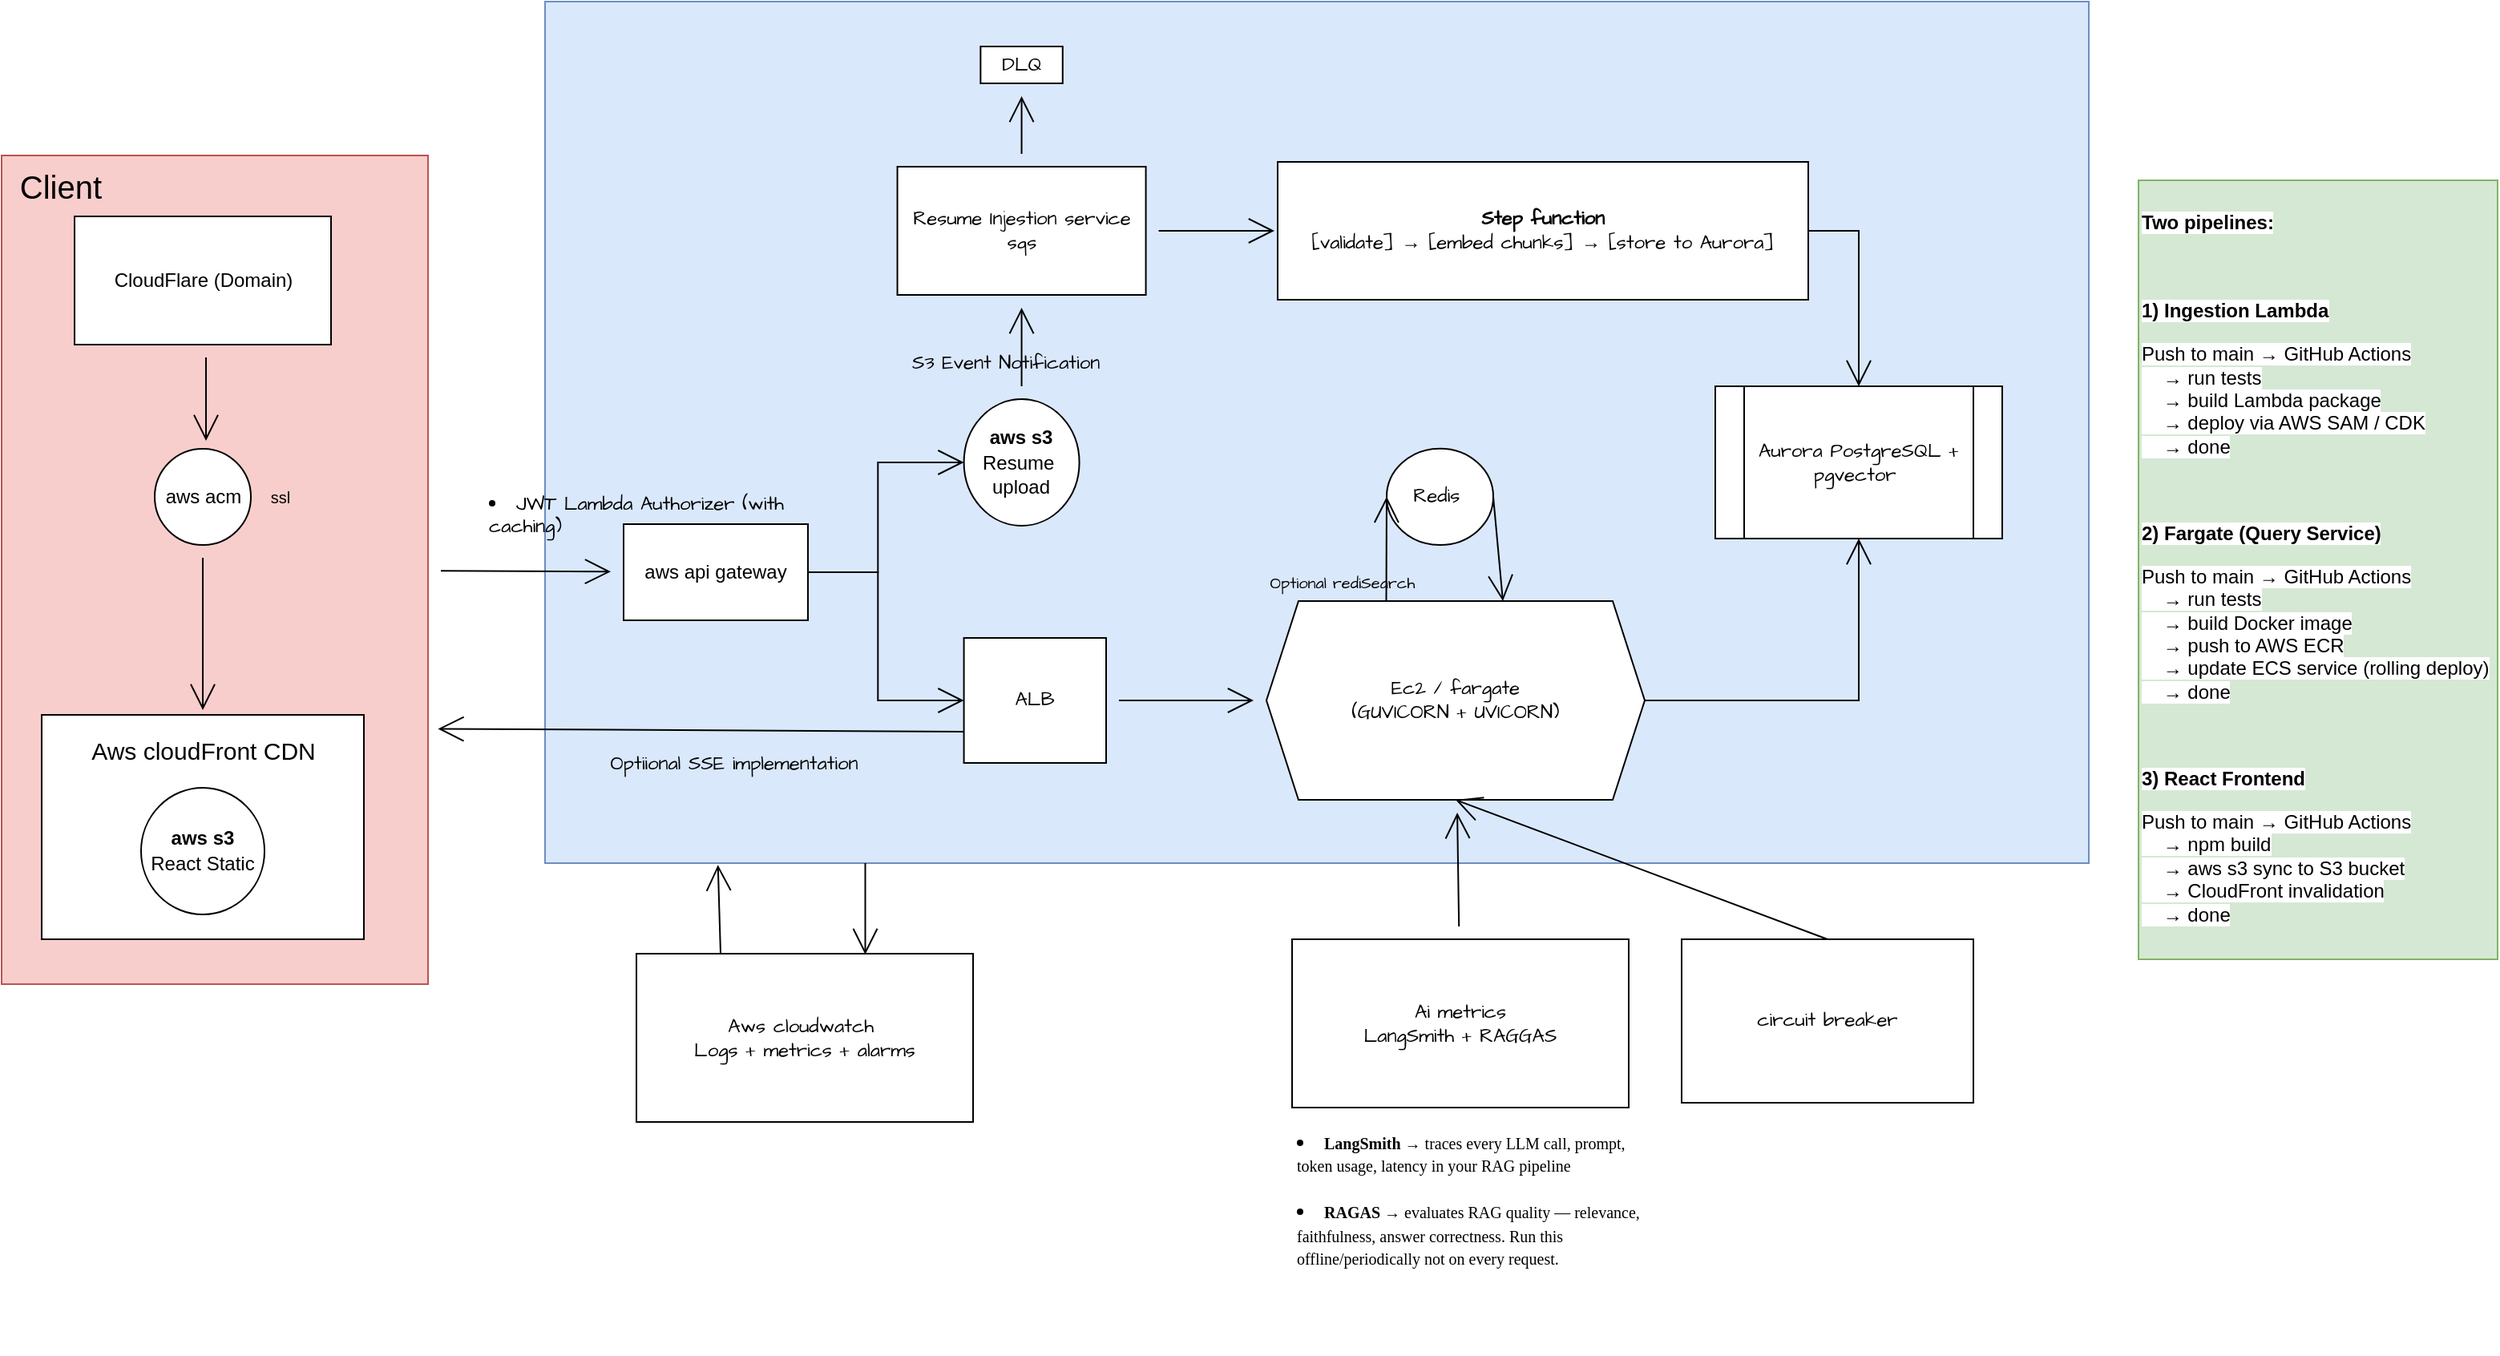
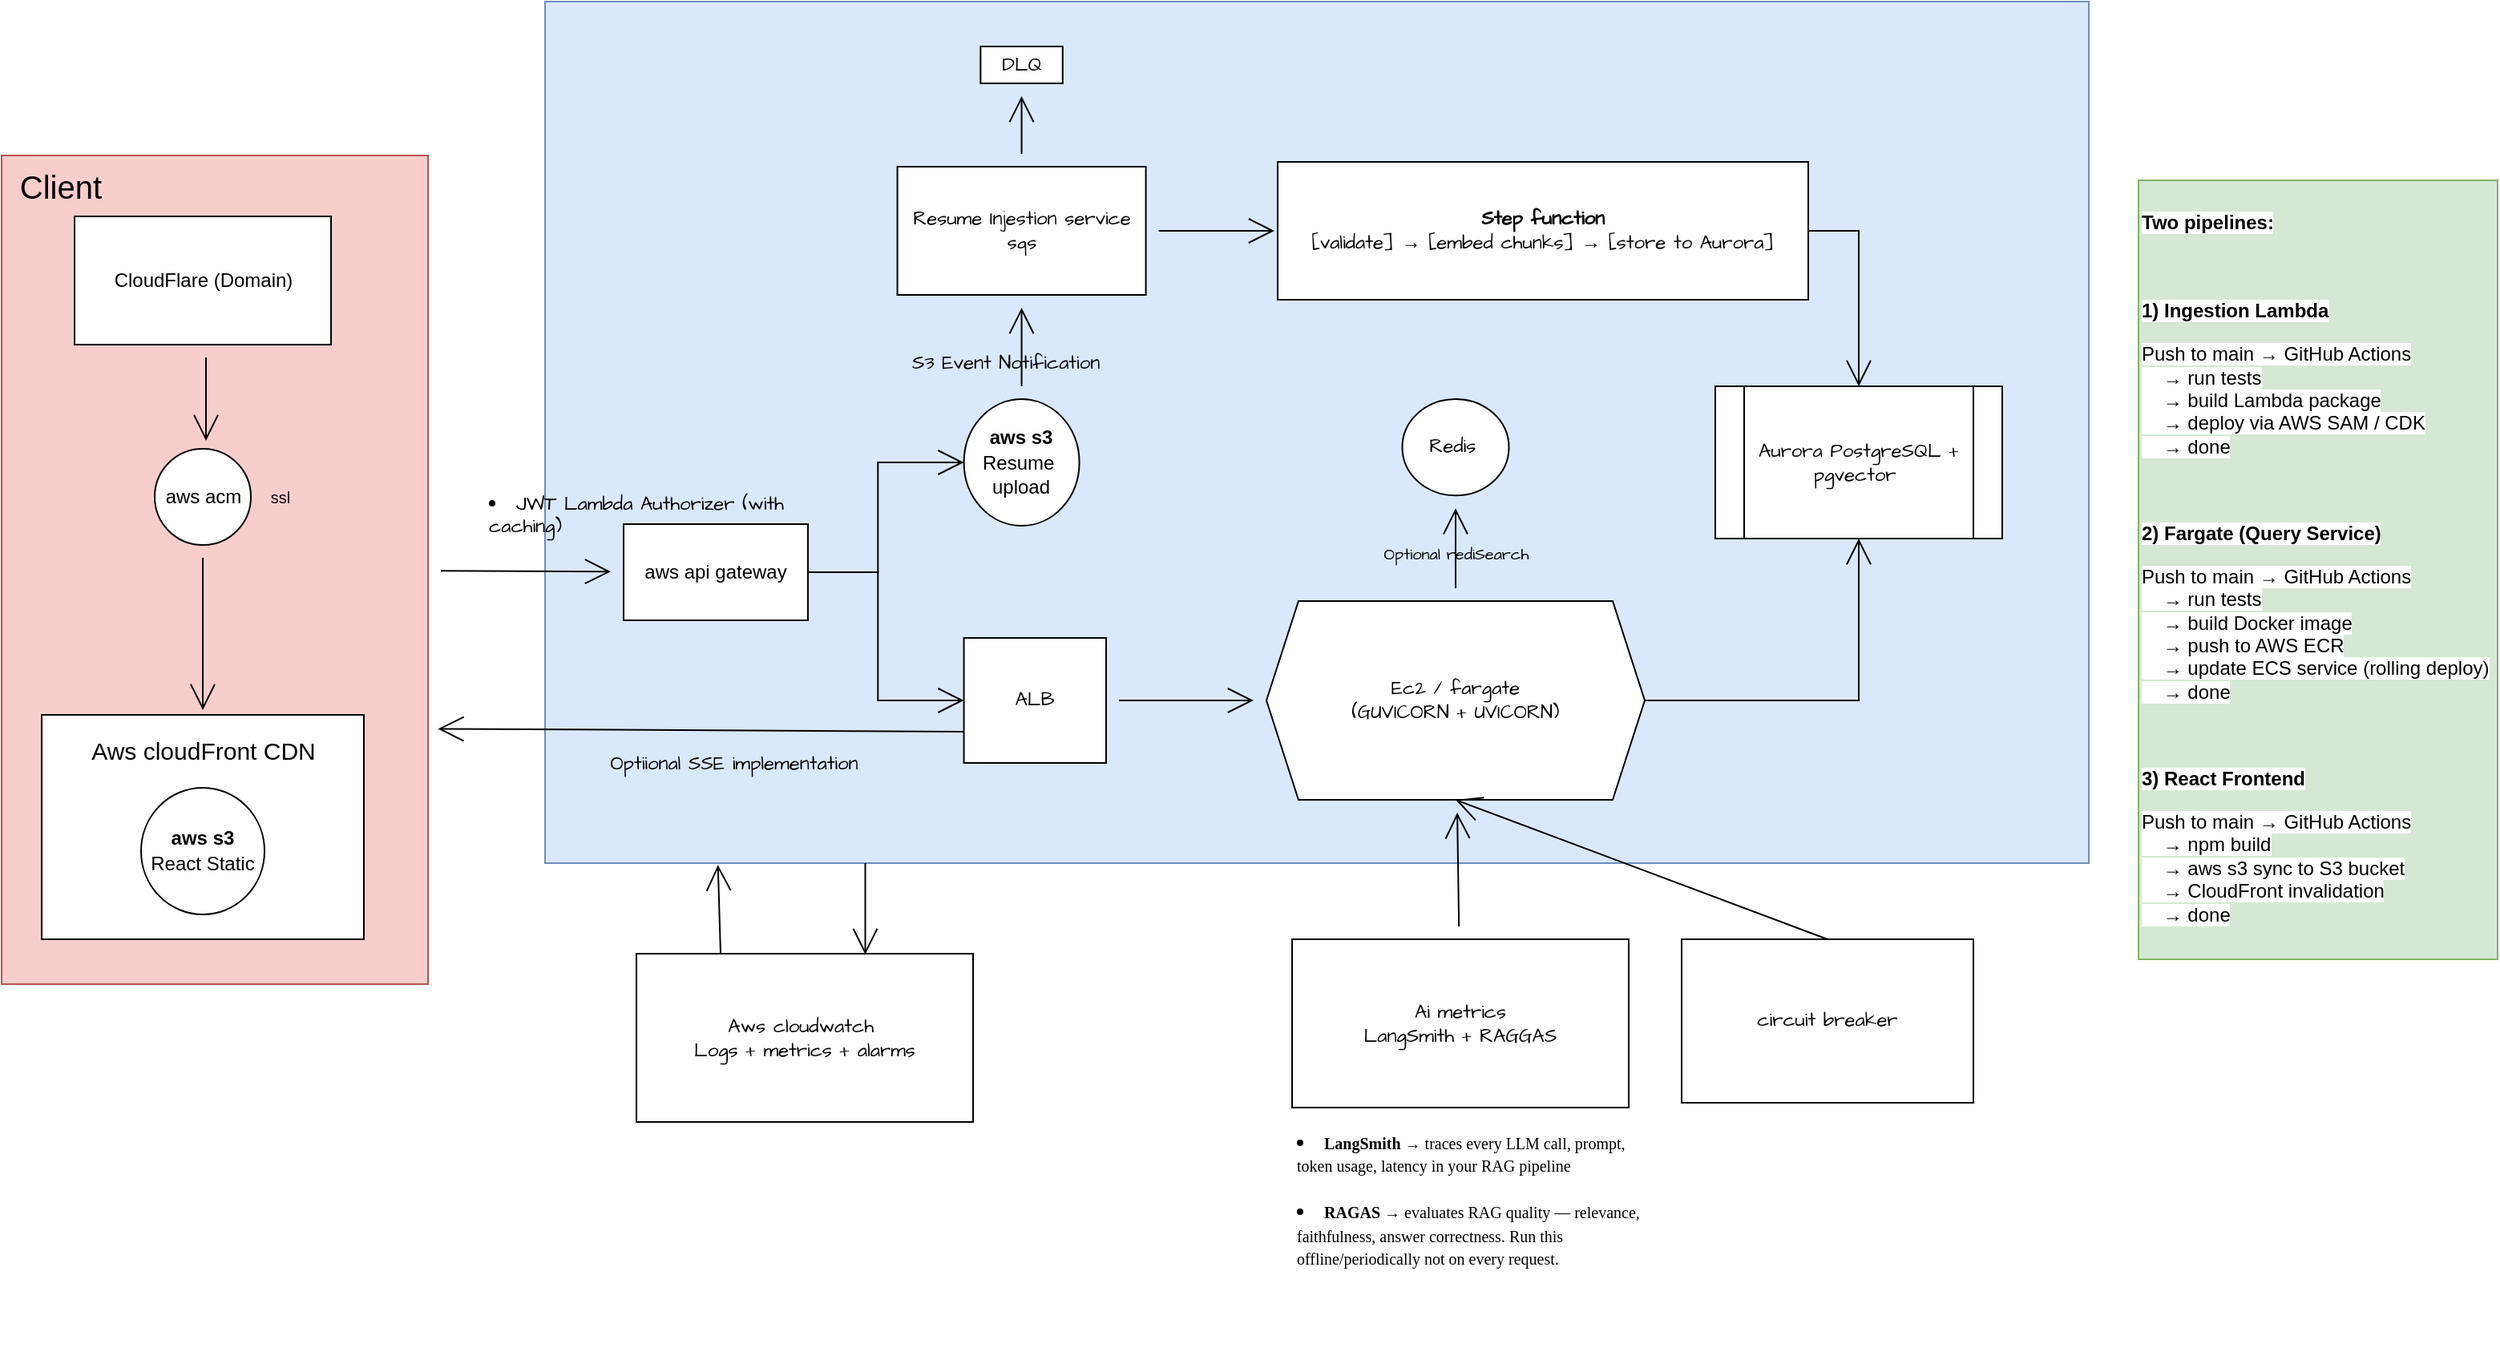
<mxfile host="app.diagrams.net">
  <diagram name="Page-1" id="SOHPCcRNUhLTlrNE90n2">
    <mxGraphModel dx="2760" dy="1299" grid="0" gridSize="10" guides="1" tooltips="1" connect="1" arrows="1" fold="1" page="0" pageScale="1" pageWidth="850" pageHeight="1100" math="0" shadow="0">
      <root>
        <mxCell id="0" />
        <mxCell id="1" parent="0" />
        <mxCell id="rra6tTRvJPethr66ALMW-70" parent="1" style="rounded=0;whiteSpace=wrap;html=1;fontFamily=Architects Daughter;fontSource=https%3A%2F%2Ffonts.googleapis.com%2Fcss%3Ffamily%3DArchitects%2BDaughter;fillColor=#dae8fc;strokeColor=#6c8ebf;" value="" vertex="1">
          <mxGeometry height="537.5" width="963" x="-361" y="-367" as="geometry" />
        </mxCell>
        <mxCell id="rra6tTRvJPethr66ALMW-63" edge="1" parent="1" source="rra6tTRvJPethr66ALMW-55" style="edgeStyle=orthogonalEdgeStyle;rounded=0;orthogonalLoop=1;jettySize=auto;html=1;exitX=1;exitY=0.5;exitDx=0;exitDy=0;entryX=0.5;entryY=0;entryDx=0;entryDy=0;fontFamily=Architects Daughter;fontSource=https%3A%2F%2Ffonts.googleapis.com%2Fcss%3Ffamily%3DArchitects%2BDaughter;fontSize=16;startSize=14;endArrow=open;endSize=14;sourcePerimeterSpacing=8;targetPerimeterSpacing=8;" target="rra6tTRvJPethr66ALMW-46">
          <mxGeometry relative="1" as="geometry" />
        </mxCell>
        <mxCell id="rra6tTRvJPethr66ALMW-55" parent="1" style="rounded=0;whiteSpace=wrap;html=1;fontFamily=Architects Daughter;fontSource=https%3A%2F%2Ffonts.googleapis.com%2Fcss%3Ffamily%3DArchitects%2BDaughter;" value="&lt;span style=&quot;text-align: left;&quot;&gt;&lt;b&gt;Step function&lt;/b&gt;&lt;br&gt;[validate] → [embed chunks] → [store to Aurora]&lt;/span&gt;" vertex="1">
          <mxGeometry height="86" width="331" x="96" y="-267" as="geometry" />
        </mxCell>
        <mxCell id="rra6tTRvJPethr66ALMW-19" edge="1" parent="1" source="rra6tTRvJPethr66ALMW-16" style="edgeStyle=none;curved=1;rounded=0;orthogonalLoop=1;jettySize=auto;html=1;fontFamily=Architects Daughter;fontSource=https%3A%2F%2Ffonts.googleapis.com%2Fcss%3Ffamily%3DArchitects%2BDaughter;fontSize=16;startSize=14;endArrow=open;endSize=14;sourcePerimeterSpacing=8;targetPerimeterSpacing=8;" target="rra6tTRvJPethr66ALMW-18" value="">
          <mxGeometry relative="1" as="geometry" />
        </mxCell>
        <mxCell id="rra6tTRvJPethr66ALMW-16" parent="1" style="rounded=0;whiteSpace=wrap;html=1;fontFamily=Architects Daughter;fontSource=https%3A%2F%2Ffonts.googleapis.com%2Fcss%3Ffamily%3DArchitects%2BDaughter;fillColor=#f8cecc;strokeColor=#b85450;" value="" vertex="1">
          <mxGeometry height="517" width="266" x="-700" y="-271" as="geometry" />
        </mxCell>
        <mxCell id="rra6tTRvJPethr66ALMW-2" parent="1" style="rounded=0;whiteSpace=wrap;html=1;fontFamily=Architects Daughter;fontSource=https%3A%2F%2Ffonts.googleapis.com%2Fcss%3Ffamily%3DArchitects%2BDaughter;" value="" vertex="1">
          <mxGeometry height="140" width="201" x="-675" y="78" as="geometry" />
        </mxCell>
        <mxCell id="rra6tTRvJPethr66ALMW-1" parent="1" style="ellipse;whiteSpace=wrap;html=1;fontFamily=Architects Daughter;fontSource=https%3A%2F%2Ffonts.googleapis.com%2Fcss%3Ffamily%3DArchitects%2BDaughter;" value="&lt;font face=&quot;Helvetica&quot;&gt;&lt;b&gt;aws s3&lt;/b&gt;&lt;br&gt;React Static&lt;/font&gt;" vertex="1">
          <mxGeometry height="79" width="77" x="-613" y="123.5" as="geometry" />
        </mxCell>
        <mxCell id="rra6tTRvJPethr66ALMW-3" parent="1" style="text;html=1;whiteSpace=wrap;strokeColor=none;fillColor=none;align=center;verticalAlign=middle;rounded=0;fontSize=20;fontFamily=Helvetica;" value="&lt;font style=&quot;font-size: 15px;&quot;&gt;Aws cloudFront CDN&lt;/font&gt;" vertex="1">
          <mxGeometry height="30" width="186" x="-667.5" y="83" as="geometry" />
        </mxCell>
        <mxCell id="rra6tTRvJPethr66ALMW-10" edge="1" parent="1" style="edgeStyle=none;curved=1;rounded=0;orthogonalLoop=1;jettySize=auto;html=1;fontFamily=Architects Daughter;fontSource=https%3A%2F%2Ffonts.googleapis.com%2Fcss%3Ffamily%3DArchitects%2BDaughter;fontSize=16;startSize=14;endArrow=open;endSize=14;sourcePerimeterSpacing=8;targetPerimeterSpacing=8;" value="">
          <mxGeometry relative="1" as="geometry">
            <mxPoint x="-572.5" y="-145" as="sourcePoint" />
            <mxPoint x="-572.5" y="-93" as="targetPoint" />
          </mxGeometry>
        </mxCell>
        <mxCell id="rra6tTRvJPethr66ALMW-5" parent="1" style="rounded=0;whiteSpace=wrap;html=1;fontFamily=Helvetica;" value="CloudFlare (Domain)" vertex="1">
          <mxGeometry height="80" width="160" x="-654.5" y="-233" as="geometry" />
        </mxCell>
        <mxCell id="rra6tTRvJPethr66ALMW-14" edge="1" parent="1" source="rra6tTRvJPethr66ALMW-12" style="edgeStyle=none;curved=1;rounded=0;orthogonalLoop=1;jettySize=auto;html=1;fontFamily=Architects Daughter;fontSource=https%3A%2F%2Ffonts.googleapis.com%2Fcss%3Ffamily%3DArchitects%2BDaughter;fontSize=16;startSize=14;endArrow=open;endSize=14;sourcePerimeterSpacing=8;targetPerimeterSpacing=8;" target="rra6tTRvJPethr66ALMW-3" value="">
          <mxGeometry relative="1" as="geometry" />
        </mxCell>
        <mxCell id="rra6tTRvJPethr66ALMW-12" parent="1" style="ellipse;whiteSpace=wrap;html=1;fontFamily=Architects Daughter;fontSource=https%3A%2F%2Ffonts.googleapis.com%2Fcss%3Ffamily%3DArchitects%2BDaughter;" value="&lt;font face=&quot;Helvetica&quot;&gt;aws acm&lt;/font&gt;" vertex="1">
          <mxGeometry height="60" width="60" x="-604.5" y="-88" as="geometry" />
        </mxCell>
        <mxCell id="rra6tTRvJPethr66ALMW-15" parent="1" style="text;html=1;whiteSpace=wrap;strokeColor=none;fillColor=none;align=center;verticalAlign=middle;rounded=0;fontSize=10;fontFamily=Helvetica;" value="&lt;font&gt;ssl&lt;/font&gt;" vertex="1">
          <mxGeometry height="18" width="32" x="-542" y="-67" as="geometry" />
        </mxCell>
        <mxCell id="rra6tTRvJPethr66ALMW-17" parent="1" style="text;html=1;whiteSpace=wrap;strokeColor=none;fillColor=none;align=center;verticalAlign=middle;rounded=0;fontSize=20;fontFamily=Architects Daughter;fontSource=https%3A%2F%2Ffonts.googleapis.com%2Fcss%3Ffamily%3DArchitects%2BDaughter;" value="&lt;font face=&quot;Helvetica&quot;&gt;Client&lt;/font&gt;" vertex="1">
          <mxGeometry height="30" width="60" x="-693" y="-266" as="geometry" />
        </mxCell>
        <mxCell id="rra6tTRvJPethr66ALMW-27" edge="1" parent="1" source="rra6tTRvJPethr66ALMW-18" style="edgeStyle=orthogonalEdgeStyle;rounded=0;orthogonalLoop=1;jettySize=auto;html=1;fontFamily=Architects Daughter;fontSource=https%3A%2F%2Ffonts.googleapis.com%2Fcss%3Ffamily%3DArchitects%2BDaughter;fontSize=16;startSize=14;endArrow=open;endSize=14;sourcePerimeterSpacing=8;targetPerimeterSpacing=8;entryX=0;entryY=0.5;entryDx=0;entryDy=0;" target="rra6tTRvJPethr66ALMW-42" value="">
          <mxGeometry relative="1" as="geometry">
            <mxPoint x="-103" y="-13.867567567567448" as="targetPoint" />
          </mxGeometry>
        </mxCell>
        <mxCell id="rra6tTRvJPethr66ALMW-47" edge="1" parent="1" source="rra6tTRvJPethr66ALMW-18" style="edgeStyle=orthogonalEdgeStyle;rounded=0;orthogonalLoop=1;jettySize=auto;html=1;exitX=1;exitY=0.5;exitDx=0;exitDy=0;entryX=0;entryY=0.5;entryDx=0;entryDy=0;fontFamily=Architects Daughter;fontSource=https%3A%2F%2Ffonts.googleapis.com%2Fcss%3Ffamily%3DArchitects%2BDaughter;fontSize=16;startSize=14;endArrow=open;endSize=14;sourcePerimeterSpacing=8;targetPerimeterSpacing=8;" target="rra6tTRvJPethr66ALMW-22">
          <mxGeometry relative="1" as="geometry" />
        </mxCell>
        <mxCell id="rra6tTRvJPethr66ALMW-18" parent="1" style="whiteSpace=wrap;html=1;fontFamily=Architects Daughter;rounded=0;fontSource=https%3A%2F%2Ffonts.googleapis.com%2Fcss%3Ffamily%3DArchitects%2BDaughter;" value="&lt;font face=&quot;Helvetica&quot;&gt;aws api gateway&lt;/font&gt;" vertex="1">
          <mxGeometry height="60" width="115" x="-312" y="-41" as="geometry" />
        </mxCell>
        <mxCell id="rra6tTRvJPethr66ALMW-57" edge="1" parent="1" source="rra6tTRvJPethr66ALMW-20" style="edgeStyle=none;curved=1;rounded=0;orthogonalLoop=1;jettySize=auto;html=1;fontFamily=Architects Daughter;fontSource=https%3A%2F%2Ffonts.googleapis.com%2Fcss%3Ffamily%3DArchitects%2BDaughter;fontSize=16;startSize=14;endArrow=open;endSize=14;sourcePerimeterSpacing=8;targetPerimeterSpacing=8;" target="rra6tTRvJPethr66ALMW-56" value="">
          <mxGeometry relative="1" as="geometry" />
        </mxCell>
        <mxCell id="rra6tTRvJPethr66ALMW-58" edge="1" parent="1" source="rra6tTRvJPethr66ALMW-20" style="edgeStyle=none;curved=1;rounded=0;orthogonalLoop=1;jettySize=auto;html=1;fontFamily=Architects Daughter;fontSource=https%3A%2F%2Ffonts.googleapis.com%2Fcss%3Ffamily%3DArchitects%2BDaughter;fontSize=16;startSize=14;endArrow=open;endSize=14;sourcePerimeterSpacing=8;targetPerimeterSpacing=8;" value="">
          <mxGeometry relative="1" as="geometry">
            <mxPoint x="94.00000000000045" y="-224" as="targetPoint" />
          </mxGeometry>
        </mxCell>
        <mxCell id="rra6tTRvJPethr66ALMW-20" parent="1" style="rounded=0;whiteSpace=wrap;html=1;fontFamily=Architects Daughter;fontSource=https%3A%2F%2Ffonts.googleapis.com%2Fcss%3Ffamily%3DArchitects%2BDaughter;" value="Resume Injestion service&lt;br&gt;sqs" vertex="1">
          <mxGeometry height="80" width="155" x="-141.22000000000003" y="-264" as="geometry" />
        </mxCell>
        <mxCell id="rra6tTRvJPethr66ALMW-51" edge="1" parent="1" source="rra6tTRvJPethr66ALMW-22" style="edgeStyle=none;curved=1;rounded=0;orthogonalLoop=1;jettySize=auto;html=1;exitX=0;exitY=0.75;exitDx=0;exitDy=0;fontFamily=Architects Daughter;fontSource=https%3A%2F%2Ffonts.googleapis.com%2Fcss%3Ffamily%3DArchitects%2BDaughter;fontSize=16;startSize=14;endArrow=open;endSize=14;sourcePerimeterSpacing=8;targetPerimeterSpacing=8;">
          <mxGeometry relative="1" as="geometry">
            <mxPoint x="-427.7921840122767" y="86.71428571428578" as="targetPoint" />
          </mxGeometry>
        </mxCell>
        <mxCell id="rra6tTRvJPethr66ALMW-22" parent="1" style="rounded=0;whiteSpace=wrap;html=1;fontFamily=Architects Daughter;fontSource=https%3A%2F%2Ffonts.googleapis.com%2Fcss%3Ffamily%3DArchitects%2BDaughter;" value="ALB" vertex="1">
          <mxGeometry height="78" width="88.71" x="-99.71" y="30" as="geometry" />
        </mxCell>
        <mxCell id="rra6tTRvJPethr66ALMW-41" parent="1" style="text;whiteSpace=wrap;html=1;fontFamily=Architects Daughter;fontSource=https%3A%2F%2Ffonts.googleapis.com%2Fcss%3Ffamily%3DArchitects%2BDaughter;" value="&lt;li class=&quot;font-claude-response-body whitespace-normal break-words pl-2&quot;&gt;JWT Lambda Authorizer (with caching)&lt;/li&gt;" vertex="1">
          <mxGeometry height="34.14" width="232.29" x="-398" y="-67" as="geometry" />
        </mxCell>
        <mxCell id="rra6tTRvJPethr66ALMW-43" edge="1" parent="1" source="rra6tTRvJPethr66ALMW-42" style="edgeStyle=none;curved=1;rounded=0;orthogonalLoop=1;jettySize=auto;html=1;fontFamily=Architects Daughter;fontSource=https%3A%2F%2Ffonts.googleapis.com%2Fcss%3Ffamily%3DArchitects%2BDaughter;fontSize=16;startSize=14;endArrow=open;endSize=14;sourcePerimeterSpacing=8;targetPerimeterSpacing=8;" target="rra6tTRvJPethr66ALMW-20" value="">
          <mxGeometry relative="1" as="geometry" />
        </mxCell>
        <mxCell id="rra6tTRvJPethr66ALMW-42" parent="1" style="ellipse;whiteSpace=wrap;html=1;fontFamily=Architects Daughter;fontSource=https%3A%2F%2Ffonts.googleapis.com%2Fcss%3Ffamily%3DArchitects%2BDaughter;" value="&lt;font face=&quot;Helvetica&quot;&gt;&lt;b&gt;aws s3&lt;/b&gt;&lt;br&gt;Resume&amp;nbsp; upload&lt;/font&gt;" vertex="1">
          <mxGeometry height="79" width="72" x="-99.71" y="-119" as="geometry" />
        </mxCell>
        <mxCell id="rra6tTRvJPethr66ALMW-46" parent="1" style="shape=process;whiteSpace=wrap;html=1;backgroundOutline=1;fontFamily=Architects Daughter;fontSource=https%3A%2F%2Ffonts.googleapis.com%2Fcss%3Ffamily%3DArchitects%2BDaughter;" value="Aurora PostgreSQL + pgvector&amp;nbsp;" vertex="1">
          <mxGeometry height="95" width="179" x="369" y="-127" as="geometry" />
        </mxCell>
        <mxCell id="rra6tTRvJPethr66ALMW-48" edge="1" parent="1" source="rra6tTRvJPethr66ALMW-22" style="edgeStyle=none;curved=1;rounded=0;orthogonalLoop=1;jettySize=auto;html=1;fontFamily=Architects Daughter;fontSource=https%3A%2F%2Ffonts.googleapis.com%2Fcss%3Ffamily%3DArchitects%2BDaughter;fontSize=16;startSize=14;endArrow=open;endSize=14;sourcePerimeterSpacing=8;targetPerimeterSpacing=8;" target="rra6tTRvJPethr66ALMW-38" value="">
          <mxGeometry relative="1" as="geometry">
            <mxPoint x="100" y="65" as="sourcePoint" />
            <mxPoint x="417.5943068734091" y="60.00960425827361" as="targetPoint" />
          </mxGeometry>
        </mxCell>
        <mxCell id="rra6tTRvJPethr66ALMW-64" edge="1" parent="1" source="rra6tTRvJPethr66ALMW-38" style="edgeStyle=orthogonalEdgeStyle;rounded=0;orthogonalLoop=1;jettySize=auto;html=1;exitX=1;exitY=0.5;exitDx=0;exitDy=0;entryX=0.5;entryY=1;entryDx=0;entryDy=0;fontFamily=Architects Daughter;fontSource=https%3A%2F%2Ffonts.googleapis.com%2Fcss%3Ffamily%3DArchitects%2BDaughter;fontSize=16;startSize=14;endArrow=open;endSize=14;sourcePerimeterSpacing=8;targetPerimeterSpacing=8;" target="rra6tTRvJPethr66ALMW-46">
          <mxGeometry relative="1" as="geometry" />
        </mxCell>
+         <mxCell id="rra6tTRvJPethr66ALMW-89" edge="1" parent="1" source="rra6tTRvJPethr66ALMW-38" style="edgeStyle=none;curved=1;rounded=0;orthogonalLoop=1;jettySize=auto;html=1;fontFamily=Architects Daughter;fontSource=https%3A%2F%2Ffonts.googleapis.com%2Fcss%3Ffamily%3DArchitects%2BDaughter;fontSize=16;startSize=14;endArrow=open;endSize=14;sourcePerimeterSpacing=8;targetPerimeterSpacing=8;" target="rra6tTRvJPethr66ALMW-50" value="">
+           <mxGeometry relative="1" as="geometry" />
+         </mxCell>
        <mxCell id="rra6tTRvJPethr66ALMW-38" parent="1" style="shape=hexagon;perimeter=hexagonPerimeter2;whiteSpace=wrap;html=1;fixedSize=1;fontFamily=Architects Daughter;fontSource=https%3A%2F%2Ffonts.googleapis.com%2Fcss%3Ffamily%3DArchitects%2BDaughter;" value="Ec2 / fargate&lt;br&gt;(GUVICORN + UVICORN)" vertex="1">
          <mxGeometry height="124" width="236" x="89" y="7" as="geometry" />
        </mxCell>
-         <mxCell id="rra6tTRvJPethr66ALMW-82" edge="1" parent="1" source="rra6tTRvJPethr66ALMW-50" style="edgeStyle=none;curved=1;rounded=0;orthogonalLoop=1;jettySize=auto;html=1;exitX=1;exitY=0.5;exitDx=0;exitDy=0;entryX=0.625;entryY=0;entryDx=0;entryDy=0;fontFamily=Architects Daughter;fontSource=https%3A%2F%2Ffonts.googleapis.com%2Fcss%3Ffamily%3DArchitects%2BDaughter;fontSize=16;startSize=14;endArrow=open;endSize=14;sourcePerimeterSpacing=8;targetPerimeterSpacing=8;" target="rra6tTRvJPethr66ALMW-38">
-           <mxGeometry relative="1" as="geometry" />
-         </mxCell>
        <mxCell id="rra6tTRvJPethr66ALMW-50" parent="1" style="ellipse;whiteSpace=wrap;html=1;fontFamily=Architects Daughter;fontSource=https%3A%2F%2Ffonts.googleapis.com%2Fcss%3Ffamily%3DArchitects%2BDaughter;" value="Redis&amp;nbsp;" vertex="1">
-           <mxGeometry height="60.14" width="66.5" x="164" y="-88.14" as="geometry" />
+           <mxGeometry height="60.14" width="66.5" x="173.75" y="-119" as="geometry" />
        </mxCell>
        <mxCell id="rra6tTRvJPethr66ALMW-53" parent="1" style="text;html=1;whiteSpace=wrap;strokeColor=none;fillColor=none;align=center;verticalAlign=middle;rounded=0;fontSize=12;fontFamily=Architects Daughter;fontSource=https%3A%2F%2Ffonts.googleapis.com%2Fcss%3Ffamily%3DArchitects%2BDaughter;" value="Optiional SSE implementation" vertex="1">
          <mxGeometry height="30" width="272" x="-378.85" y="93.5" as="geometry" />
        </mxCell>
        <mxCell id="rra6tTRvJPethr66ALMW-56" parent="1" style="rounded=0;whiteSpace=wrap;html=1;fontFamily=Architects Daughter;fontSource=https%3A%2F%2Ffonts.googleapis.com%2Fcss%3Ffamily%3DArchitects%2BDaughter;" value="DLQ" vertex="1">
          <mxGeometry height="23" width="51.21" x="-89.32" y="-339" as="geometry" />
        </mxCell>
        <mxCell id="rra6tTRvJPethr66ALMW-60" parent="1" style="text;whiteSpace=wrap;html=1;fontFamily=Architects Daughter;fontSource=https%3A%2F%2Ffonts.googleapis.com%2Fcss%3Ffamily%3DArchitects%2BDaughter;" value="S3 Event Notification" vertex="1">
          <mxGeometry height="36" width="145" x="-134" y="-155.00117675781252" as="geometry" />
        </mxCell>
-         <mxCell id="rra6tTRvJPethr66ALMW-84" edge="1" parent="1" source="rra6tTRvJPethr66ALMW-61" style="edgeStyle=none;curved=1;rounded=0;orthogonalLoop=1;jettySize=auto;html=1;exitX=0.75;exitY=1;exitDx=0;exitDy=0;entryX=0;entryY=0.5;entryDx=0;entryDy=0;fontFamily=Architects Daughter;fontSource=https%3A%2F%2Ffonts.googleapis.com%2Fcss%3Ffamily%3DArchitects%2BDaughter;fontSize=16;startSize=14;endArrow=open;endSize=14;sourcePerimeterSpacing=8;targetPerimeterSpacing=8;" target="rra6tTRvJPethr66ALMW-50">
-           <mxGeometry relative="1" as="geometry" />
-         </mxCell>
        <mxCell id="rra6tTRvJPethr66ALMW-61" parent="1" style="text;html=1;whiteSpace=wrap;strokeColor=none;fillColor=none;align=center;verticalAlign=middle;rounded=0;fontSize=20;fontFamily=Architects Daughter;fontSource=https%3A%2F%2Ffonts.googleapis.com%2Fcss%3Ffamily%3DArchitects%2BDaughter;" value="&lt;font style=&quot;font-size: 10px;&quot;&gt;Optional rediSearch&lt;/font&gt;" vertex="1">
-           <mxGeometry height="30" width="109" x="82" y="-23" as="geometry" />
+           <mxGeometry height="30" width="109" x="152.5" y="-41" as="geometry" />
        </mxCell>
        <mxCell id="rra6tTRvJPethr66ALMW-65" parent="1" style="rounded=0;whiteSpace=wrap;html=1;fontFamily=Architects Daughter;fontSource=https%3A%2F%2Ffonts.googleapis.com%2Fcss%3Ffamily%3DArchitects%2BDaughter;" value="Aws cloudwatch&amp;nbsp;&lt;br&gt;Logs + metrics + alarms" vertex="1">
          <mxGeometry height="105" width="210" x="-304" y="227" as="geometry" />
        </mxCell>
        <mxCell id="rra6tTRvJPethr66ALMW-73" edge="1" parent="1" source="rra6tTRvJPethr66ALMW-69" style="edgeStyle=none;curved=1;rounded=0;orthogonalLoop=1;jettySize=auto;html=1;fontFamily=Architects Daughter;fontSource=https%3A%2F%2Ffonts.googleapis.com%2Fcss%3Ffamily%3DArchitects%2BDaughter;fontSize=16;startSize=14;endArrow=open;endSize=14;sourcePerimeterSpacing=8;targetPerimeterSpacing=8;" target="rra6tTRvJPethr66ALMW-38" value="">
          <mxGeometry relative="1" as="geometry" />
        </mxCell>
        <mxCell id="rra6tTRvJPethr66ALMW-69" parent="1" style="rounded=0;whiteSpace=wrap;html=1;fontFamily=Architects Daughter;fontSource=https%3A%2F%2Ffonts.googleapis.com%2Fcss%3Ffamily%3DArchitects%2BDaughter;" value="Ai metrics&lt;br&gt;LangSmith + RAGGAS" vertex="1">
          <mxGeometry height="105" width="210" x="105" y="218" as="geometry" />
        </mxCell>
        <mxCell id="rra6tTRvJPethr66ALMW-74" edge="1" parent="1" source="rra6tTRvJPethr66ALMW-71" style="edgeStyle=none;curved=1;rounded=0;orthogonalLoop=1;jettySize=auto;html=1;exitX=0.5;exitY=0;exitDx=0;exitDy=0;entryX=0.5;entryY=1;entryDx=0;entryDy=0;fontFamily=Architects Daughter;fontSource=https%3A%2F%2Ffonts.googleapis.com%2Fcss%3Ffamily%3DArchitects%2BDaughter;fontSize=16;startSize=14;endArrow=open;endSize=14;sourcePerimeterSpacing=8;targetPerimeterSpacing=8;" target="rra6tTRvJPethr66ALMW-38">
          <mxGeometry relative="1" as="geometry" />
        </mxCell>
        <mxCell id="rra6tTRvJPethr66ALMW-71" parent="1" style="rounded=0;whiteSpace=wrap;html=1;fontFamily=Architects Daughter;fontSource=https%3A%2F%2Ffonts.googleapis.com%2Fcss%3Ffamily%3DArchitects%2BDaughter;" value="circuit breaker" vertex="1">
          <mxGeometry height="102" width="182" x="348" y="218" as="geometry" />
        </mxCell>
        <mxCell id="rra6tTRvJPethr66ALMW-72" parent="1" style="text;whiteSpace=wrap;html=1;fontFamily=Architects Daughter;fontSource=https%3A%2F%2Ffonts.googleapis.com%2Fcss%3Ffamily%3DArchitects%2BDaughter;" value="&lt;li class=&quot;font-claude-response-body whitespace-normal break-words pl-2&quot;&gt;&lt;font face=&quot;Verdana&quot; style=&quot;font-size: 10px;&quot;&gt;&lt;strong&gt;LangSmith&lt;/strong&gt; → traces every LLM call, prompt, token usage, latency in your RAG pipeline&lt;/font&gt;&lt;/li&gt;&lt;font face=&quot;Verdana&quot; style=&quot;font-size: 10px;&quot;&gt;&lt;br&gt;&lt;/font&gt;&lt;li class=&quot;font-claude-response-body whitespace-normal break-words pl-2&quot;&gt;&lt;font face=&quot;Verdana&quot; style=&quot;font-size: 10px;&quot;&gt;&lt;strong&gt;RAGAS&lt;/strong&gt; → evaluates RAG quality — relevance, faithfulness, answer correctness. Run this offline/periodically not on every request.&lt;/font&gt;&lt;/li&gt;" vertex="1">
          <mxGeometry height="145" width="219" x="106" y="332" as="geometry" />
        </mxCell>
        <mxCell id="rra6tTRvJPethr66ALMW-76" edge="1" parent="1" style="edgeStyle=none;curved=1;rounded=0;orthogonalLoop=1;jettySize=auto;html=1;exitX=0.25;exitY=1;exitDx=0;exitDy=0;entryX=0.875;entryY=0.005;entryDx=0;entryDy=0;entryPerimeter=0;fontFamily=Architects Daughter;fontSource=https%3A%2F%2Ffonts.googleapis.com%2Fcss%3Ffamily%3DArchitects%2BDaughter;fontSize=16;startSize=14;endArrow=open;endSize=14;sourcePerimeterSpacing=8;targetPerimeterSpacing=8;">
          <mxGeometry relative="1" as="geometry">
            <mxPoint x="-161.25" y="170.50000000000023" as="sourcePoint" />
            <mxPoint x="-161.25" y="227.52500000000032" as="targetPoint" />
          </mxGeometry>
        </mxCell>
        <mxCell id="rra6tTRvJPethr66ALMW-78" edge="1" parent="1" source="rra6tTRvJPethr66ALMW-65" style="edgeStyle=none;curved=1;rounded=0;orthogonalLoop=1;jettySize=auto;html=1;exitX=0.25;exitY=0;exitDx=0;exitDy=0;entryX=0.112;entryY=1.002;entryDx=0;entryDy=0;entryPerimeter=0;fontFamily=Architects Daughter;fontSource=https%3A%2F%2Ffonts.googleapis.com%2Fcss%3Ffamily%3DArchitects%2BDaughter;fontSize=16;startSize=14;endArrow=open;endSize=14;sourcePerimeterSpacing=8;targetPerimeterSpacing=8;" target="rra6tTRvJPethr66ALMW-70">
          <mxGeometry relative="1" as="geometry" />
        </mxCell>
        <UserObject label="&lt;p class=&quot;font-claude-response-body break-words whitespace-normal leading-[1.7]&quot;&gt;&lt;strong&gt;&lt;font face=&quot;Helvetica&quot; style=&quot;background-color: light-dark(#ffffff, var(--ge-dark-color, #121212));&quot;&gt;Two pipelines:&lt;/font&gt;&lt;/strong&gt;&lt;/p&gt;&lt;font face=&quot;Helvetica&quot; style=&quot;background-color: light-dark(#ffffff, var(--ge-dark-color, #121212));&quot;&gt;&lt;br&gt;&lt;/font&gt;&lt;p class=&quot;font-claude-response-body break-words whitespace-normal leading-[1.7]&quot;&gt;&lt;strong&gt;&lt;font face=&quot;Helvetica&quot; style=&quot;background-color: light-dark(#ffffff, var(--ge-dark-color, #121212));&quot;&gt;1) Ingestion Lambda&lt;/font&gt;&lt;/strong&gt;&lt;/p&gt;&lt;div role=&quot;group&quot; aria-label=&quot;Code&quot; tabindex=&quot;0&quot; class=&quot;relative group/copy bg-bg-000/50 border-0.5 border-border-400 rounded-lg focus:outline-none focus-visible:ring-2 focus-visible:ring-accent-100&quot;&gt;&lt;div class=&quot;overflow-x-auto&quot;&gt;&lt;pre class=&quot;code-block__code !my-0 !rounded-lg !text-sm !leading-relaxed p-3.5&quot; style=&quot;background: transparent;&quot;&gt;&lt;code style=&quot;background-image: initial; background-position: initial; background-size: initial; background-repeat: initial; background-attachment: initial; background-origin: initial; background-clip: initial; white-space: pre-wrap;&quot;&gt;&lt;font face=&quot;Helvetica&quot; style=&quot;background-color: light-dark(#ffffff, var(--ge-dark-color, #121212));&quot;&gt;&lt;span&gt;&lt;span&gt;Push to main → GitHub Actions&lt;br&gt;&lt;/span&gt;&lt;/span&gt;&lt;span&gt;    → run tests&lt;br&gt;&lt;/span&gt;&lt;span&gt;    → build Lambda package&lt;br&gt;&lt;/span&gt;&lt;span&gt;    → deploy via AWS SAM / CDK&lt;br&gt;&lt;/span&gt;&lt;span&gt;    → done&lt;/span&gt;&lt;/font&gt;&lt;/code&gt;&lt;/pre&gt;&lt;/div&gt;&lt;/div&gt;&lt;font face=&quot;Helvetica&quot; style=&quot;background-color: light-dark(#ffffff, var(--ge-dark-color, #121212));&quot;&gt;&lt;br&gt;&lt;/font&gt;&lt;p class=&quot;font-claude-response-body break-words whitespace-normal leading-[1.7]&quot;&gt;&lt;strong&gt;&lt;font face=&quot;Helvetica&quot; style=&quot;background-color: light-dark(#ffffff, var(--ge-dark-color, #121212));&quot;&gt;2) Fargate (Query Service)&lt;/font&gt;&lt;/strong&gt;&lt;/p&gt;&lt;div role=&quot;group&quot; aria-label=&quot;Code&quot; tabindex=&quot;0&quot; class=&quot;relative group/copy bg-bg-000/50 border-0.5 border-border-400 rounded-lg focus:outline-none focus-visible:ring-2 focus-visible:ring-accent-100&quot;&gt;&lt;div class=&quot;overflow-x-auto&quot;&gt;&lt;pre class=&quot;code-block__code !my-0 !rounded-lg !text-sm !leading-relaxed p-3.5&quot; style=&quot;background: transparent;&quot;&gt;&lt;code style=&quot;background-image: initial; background-position: initial; background-size: initial; background-repeat: initial; background-attachment: initial; background-origin: initial; background-clip: initial; white-space: pre-wrap;&quot;&gt;&lt;font face=&quot;Helvetica&quot; style=&quot;background-color: light-dark(#ffffff, var(--ge-dark-color, #121212));&quot;&gt;&lt;span&gt;&lt;span&gt;Push to main → GitHub Actions&lt;br&gt;&lt;/span&gt;&lt;/span&gt;&lt;span&gt;    → run tests&lt;br&gt;&lt;/span&gt;&lt;span&gt;    → build Docker image&lt;br&gt;&lt;/span&gt;&lt;span&gt;    → push to AWS ECR&lt;br&gt;&lt;/span&gt;&lt;span&gt;    → update ECS service (rolling deploy)&lt;br&gt;&lt;/span&gt;&lt;span&gt;    → done&lt;/span&gt;&lt;/font&gt;&lt;/code&gt;&lt;/pre&gt;&lt;/div&gt;&lt;/div&gt;&lt;font face=&quot;Helvetica&quot; style=&quot;background-color: light-dark(#ffffff, var(--ge-dark-color, #121212));&quot;&gt;&lt;br&gt;&lt;/font&gt;&lt;p class=&quot;font-claude-response-body break-words whitespace-normal leading-[1.7]&quot;&gt;&lt;strong&gt;&lt;font face=&quot;Helvetica&quot; style=&quot;background-color: light-dark(#ffffff, var(--ge-dark-color, #121212));&quot;&gt;3) React Frontend&lt;/font&gt;&lt;/strong&gt;&lt;/p&gt;&lt;div role=&quot;group&quot; aria-label=&quot;Code&quot; tabindex=&quot;0&quot; class=&quot;relative group/copy bg-bg-000/50 border-0.5 border-border-400 rounded-lg focus:outline-none focus-visible:ring-2 focus-visible:ring-accent-100&quot;&gt;&lt;div class=&quot;overflow-x-auto&quot;&gt;&lt;pre class=&quot;code-block__code !my-0 !rounded-lg !text-sm !leading-relaxed p-3.5&quot; style=&quot;background: transparent;&quot;&gt;&lt;code style=&quot;background-image: initial; background-position: initial; background-size: initial; background-repeat: initial; background-attachment: initial; background-origin: initial; background-clip: initial; white-space: pre-wrap;&quot;&gt;&lt;font face=&quot;Helvetica&quot; style=&quot;background-color: light-dark(#ffffff, var(--ge-dark-color, #121212));&quot;&gt;Push to main → GitHub Actions&lt;br&gt;    → npm build&lt;br&gt;    → aws s3 sync to S3 bucket&lt;br&gt;    → CloudFront invalidation&lt;br&gt;    → done&lt;/font&gt;&lt;/code&gt;&lt;/pre&gt;&lt;/div&gt;&lt;/div&gt;" id="rra6tTRvJPethr66ALMW-85">
          <mxCell parent="1" style="text;whiteSpace=wrap;html=1;fontFamily=Architects Daughter;fontSource=https%3A%2F%2Ffonts.googleapis.com%2Fcss%3Ffamily%3DArchitects%2BDaughter;fillColor=#d5e8d4;strokeColor=#82b366;" vertex="1">
            <mxGeometry height="486" width="224" x="633" y="-255.5" as="geometry" />
          </mxCell>
        </UserObject>
      </root>
    </mxGraphModel>
  </diagram>
</mxfile>
